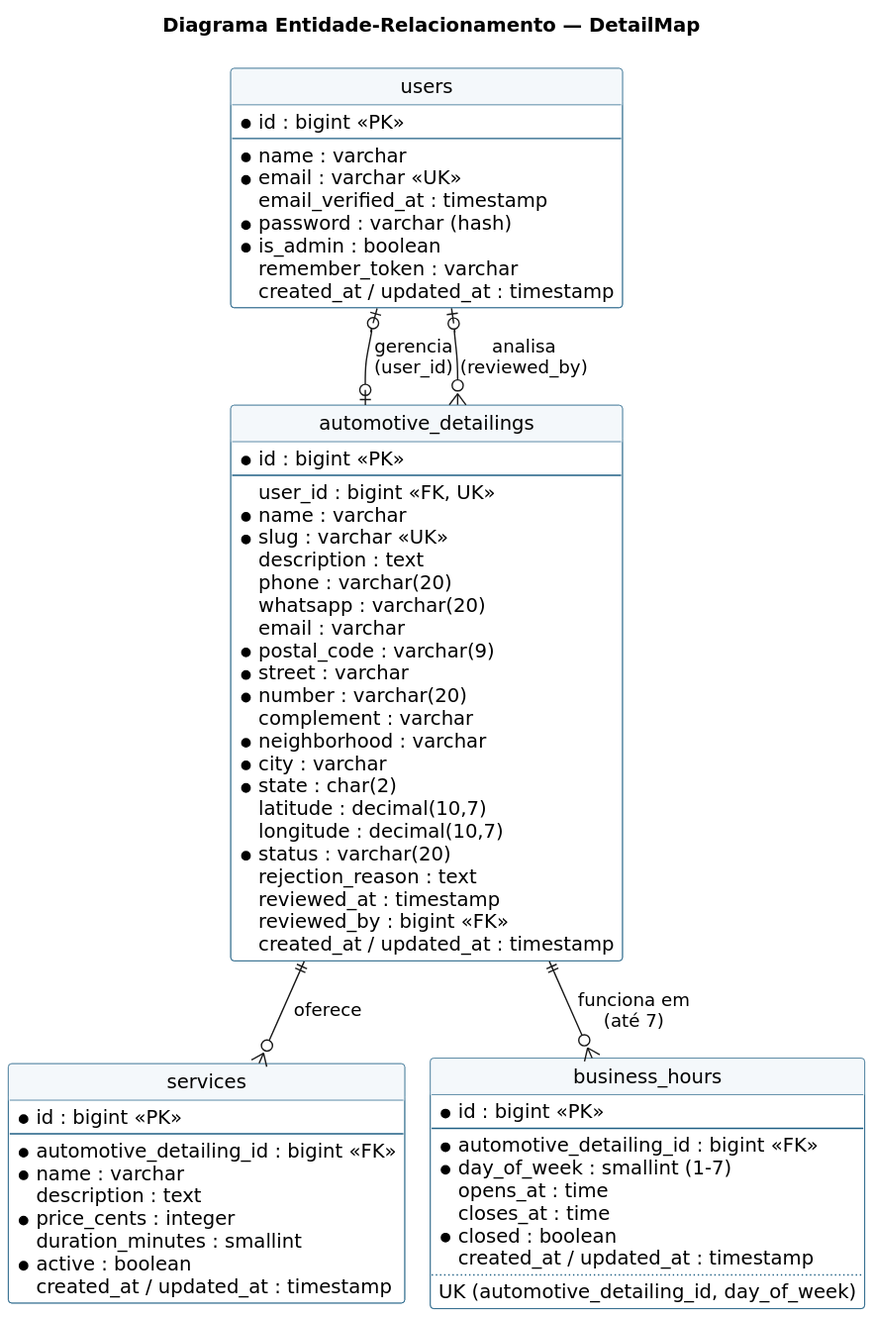
This is docs/diagrams/entity-relationship.svg from GilbertoJunior874/tcc-estetica, a PlantUML export, as it was before one commit.
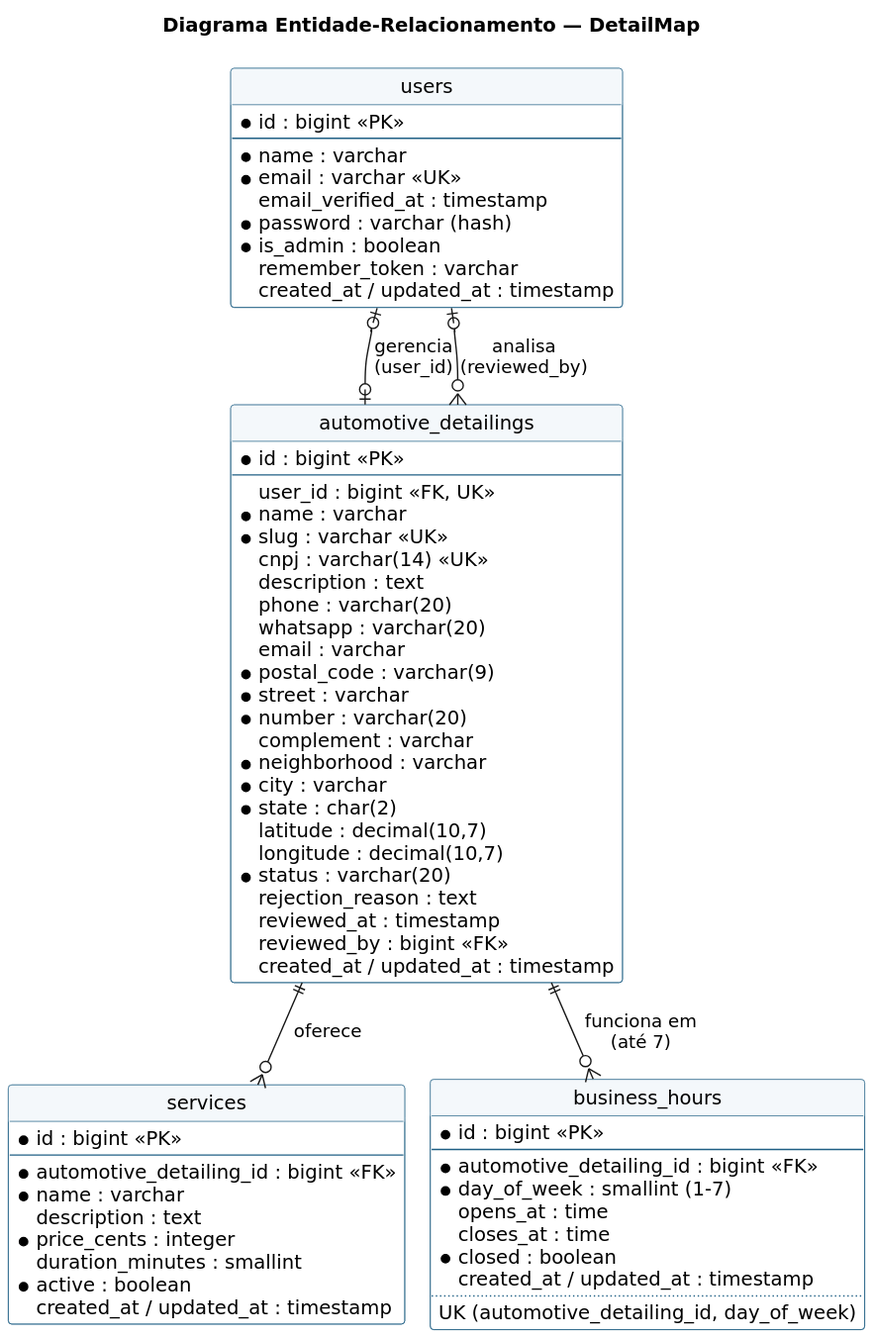
After the commit.

Diff of the diagram source:
```diff
@@ -32,6 +32,7 @@
   user_id : bigint <<FK, UK>>
   * name : varchar
   * slug : varchar <<UK>>
+  cnpj : varchar(14) <<UK>>
   description : text
   phone : varchar(20)
   whatsapp : varchar(20)
```
